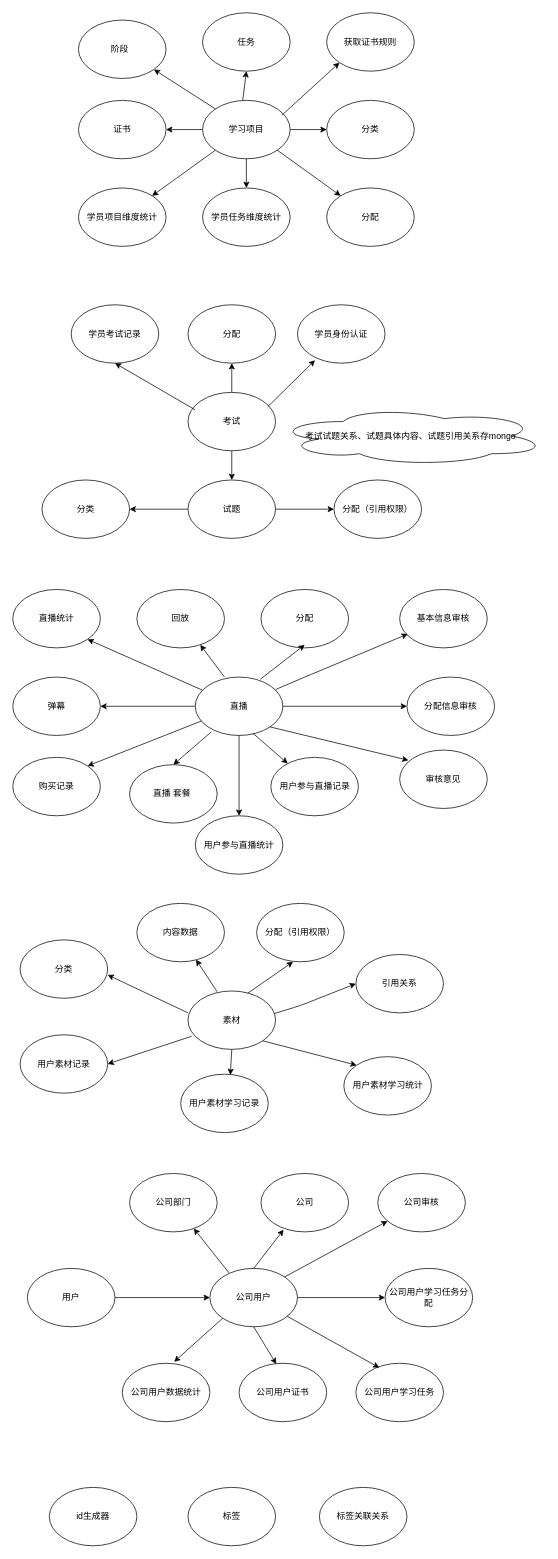
Before: 学习项目模块表关系.drawio in MAXAmbitious/designer, a draw.io diagram. Source tidied: cells renumbered, new cells numbered last; positions are measured from the earlier drawing's top-left corner, leaving out a move shared by most shapes. Both pictures are drawn from the tidied source at 73%, with x=0, y=0 at pixel (12, 12).
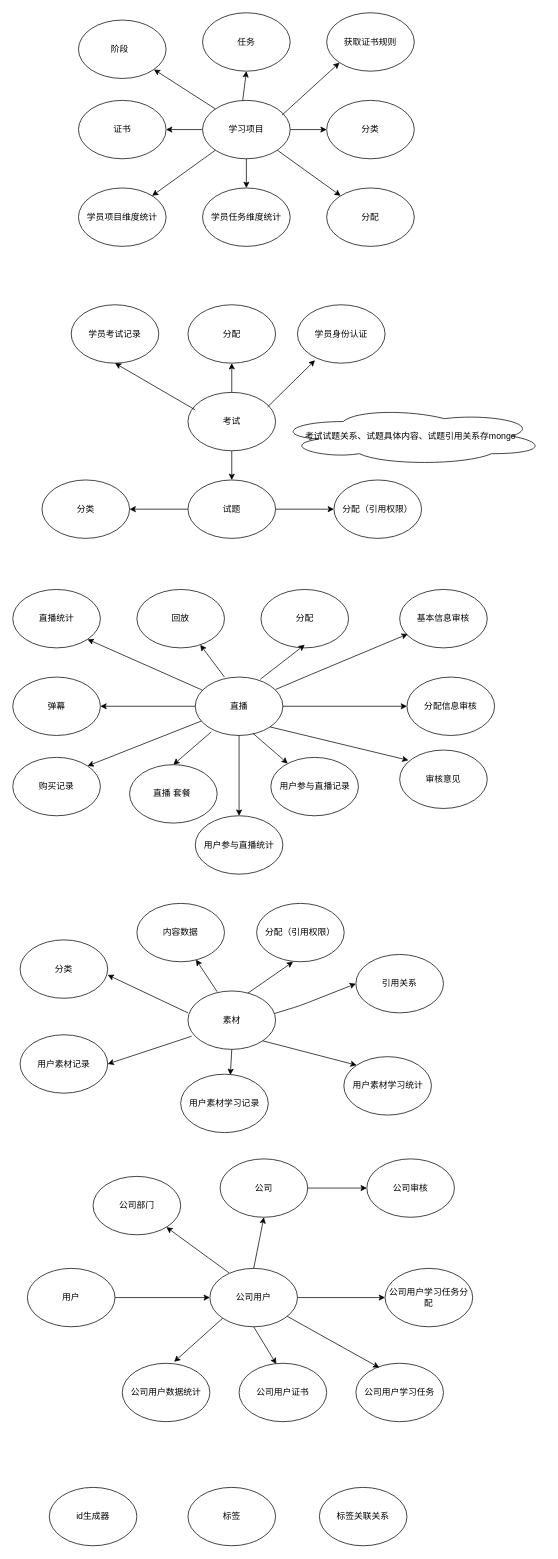
The same page after the edit.

Commit message (it also covers changes not shown here):
Update 学习项目模块表关系.drawio

The change refers to these unchanged cells:
```xml
<mxCell id="73" value="公司用户" style="ellipse;whiteSpace=wrap;html=1;" parent="1" vertex="1">
  <mxGeometry x="270" y="1720" width="120" height="80" as="geometry" />
</mxCell>
```

What changed in the source:
```diff
@@
     <mxCell id="74" value="公司部门" style="ellipse;whiteSpace=wrap;html=1;" parent="1" vertex="1">
-      <mxGeometry x="160" y="1590" width="120" height="80" as="geometry" />
+      <mxGeometry x="110" y="1594" width="120" height="80" as="geometry" />
     </mxCell>
     <mxCell id="75" value="公司" style="ellipse;whiteSpace=wrap;html=1;" parent="1" vertex="1">
-      <mxGeometry x="340" y="1590" width="120" height="80" as="geometry" />
+      <mxGeometry x="284" y="1570" width="120" height="80" as="geometry" />
     </mxCell>
@@
     <mxCell id="80" value="公司审核" style="ellipse;whiteSpace=wrap;html=1;" parent="1" vertex="1">
-      <mxGeometry x="500" y="1590" width="120" height="80" as="geometry" />
+      <mxGeometry x="485" y="1570" width="120" height="80" as="geometry" />
     </mxCell>
@@
-    <mxCell id="82" style="endArrow=classic;html=1;exitX=0.5;exitY=0;exitDx=0;exitDy=0;entryX=0.258;entryY=0.963;entryDx=0;entryDy=0;entryPerimeter=0;" parent="1" edge="1" source="73" target="75">
+    <mxCell id="82" style="endArrow=classic;html=1;exitX=0.5;exitY=0;exitDx=0;exitDy=0;entryX=0.5;entryY=1;entryDx=0;entryDy=0;" parent="1" edge="1" source="73" target="75">
       <mxGeometry relative="1" as="geometry" />
     </mxCell>
-    <mxCell id="83" style="endArrow=classic;html=1;exitX=1;exitY=0;exitDx=0;exitDy=0;" parent="1" edge="1" source="73" target="80">
+    <mxCell id="83" style="endArrow=classic;html=1;exitX=1;exitY=0.5;exitDx=0;exitDy=0;" parent="1" edge="1" source="75" target="80">
       <mxGeometry relative="1" as="geometry" />
     </mxCell>
```
